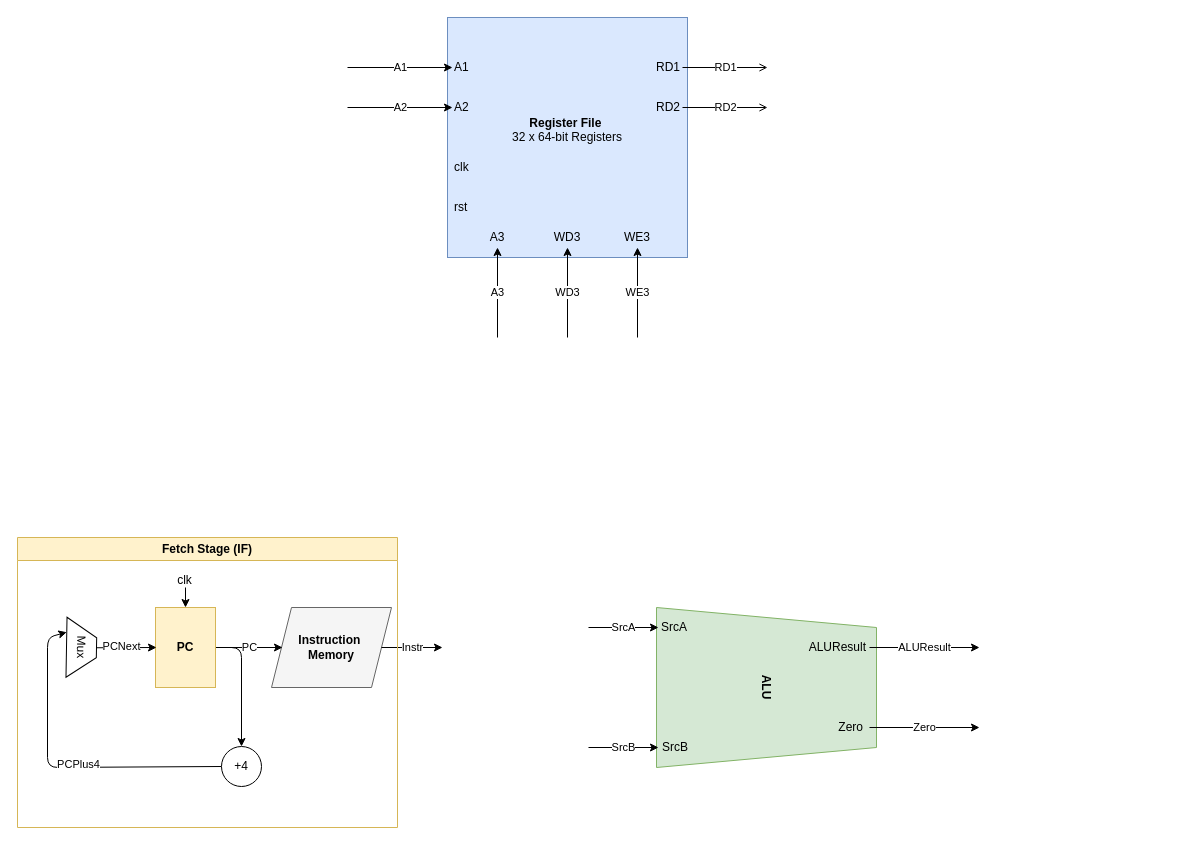
This is docs/architechture.drawio from abdullah123ch/RV64I-Zba-Pipelined-RISC-V-Processor, a draw.io file, before an edit. Source tidied: cells renumbered, new cells numbered last; positions are measured from the earlier drawing's top-left corner, leaving out a move shared by most shapes. Both pictures are drawn from the tidied source at 100%, with x=0, y=0 at pixel (17, 17).
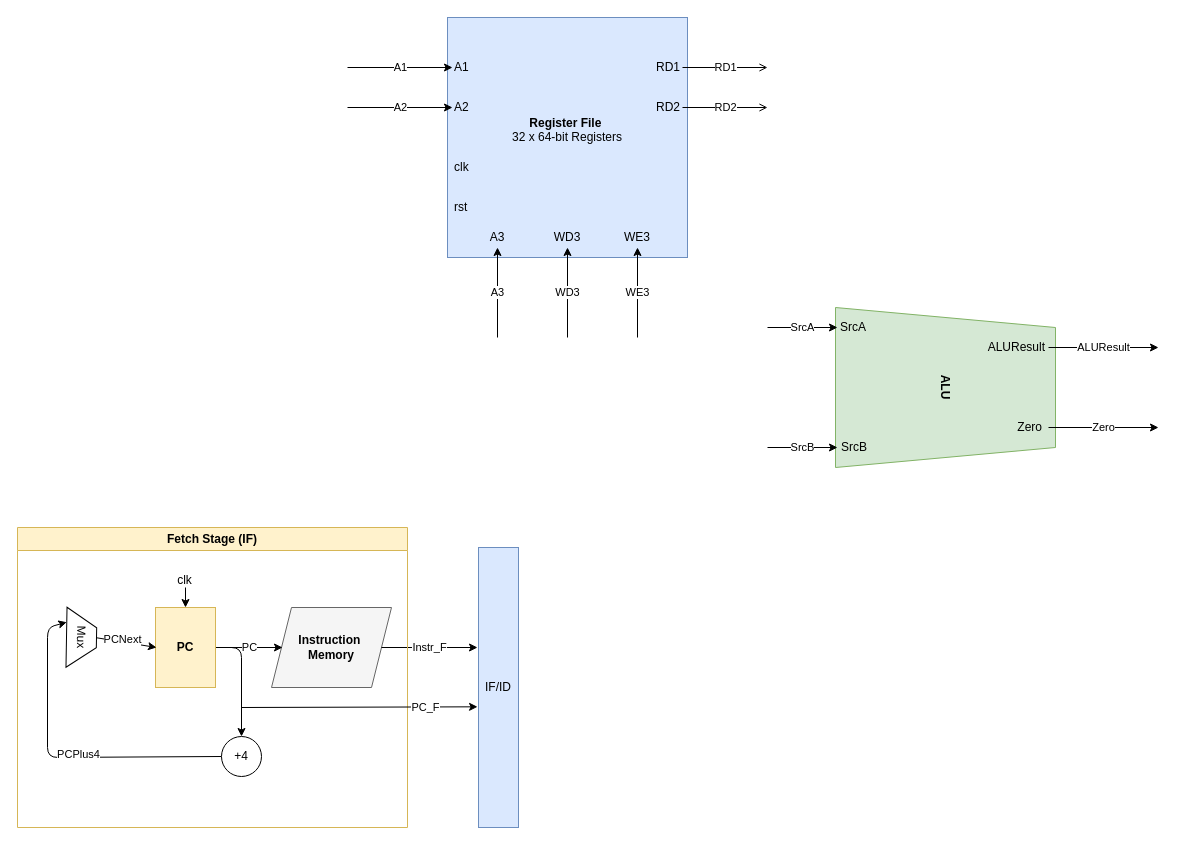
The same diagram, later.

The change refers to these unchanged cells:
```xml
<mxCell id="33" value="&lt;b&gt;Instruction&amp;nbsp;&lt;/b&gt;&lt;div&gt;&lt;b&gt;Memory&lt;/b&gt;&lt;br&gt;&lt;/div&gt;" style="shape=parallelogram;perimeter=parallelogramPerimeter;whiteSpace=wrap;html=1;fixedSize=1;fillColor=#f5f5f5;strokeColor=#666666;" parent="1" vertex="1">
  <mxGeometry x="254" y="590" width="120" height="80" as="geometry" />
</mxCell>
```

What changed in the source:
```diff
@@
     <mxCell id="2" style="group;" parent="1" vertex="1">
-      <mxGeometry x="571" y="590" width="391" height="160" as="geometry" />
+      <mxGeometry x="750" y="290" width="391" height="160" as="geometry" />
     </mxCell>
@@
-    <mxCell id="35" value="Instr" style="endArrow=classic;html=1;exitX=1;exitY=0.5;exitDx=0;exitDy=0;" parent="1" edge="1" source="33">
+    <mxCell id="35" value="Instr_F" style="endArrow=classic;html=1;exitX=1;exitY=0.5;exitDx=0;exitDy=0;" parent="1" edge="1" source="33">
       <mxGeometry relative="1" as="geometry">
-        <mxPoint x="425" y="630" as="targetPoint" />
+        <mxPoint x="460" y="630" as="targetPoint" />
       </mxGeometry>
     </mxCell>
     <mxCell id="36" value="&lt;b&gt;Fetch Stage (IF)&lt;/b&gt;" style="swimlane;whiteSpace=wrap;html=1;fillColor=#fff2cc;strokeColor=#d6b656;" parent="1" vertex="1">
-      <mxGeometry y="520" width="380" height="290" as="geometry" />
+      <mxGeometry y="510" width="390" height="300" as="geometry" />
     </mxCell>
@@
+    <mxCell id="44" style="edgeStyle=none;html=1;exitX=0;exitY=0.5;exitDx=0;exitDy=0;entryX=-0.024;entryY=0.569;entryDx=0;entryDy=0;entryPerimeter=0;" parent="1" edge="1" target="46">
+      <mxGeometry relative="1" as="geometry">
+        <mxPoint x="224" y="690" as="sourcePoint" />
+      </mxGeometry>
+    </mxCell>
+    <mxCell id="45" value="PC_F" style="edgeLabel;html=1;align=center;verticalAlign=middle;" parent="44" vertex="1">
+      <mxGeometry x="0.56" relative="1" as="geometry" />
+    </mxCell>
+    <mxCell id="46" value="IF/ID" style="rounded=0;whiteSpace=wrap;html=1;fillColor=#dae8fe;strokeColor=#6c8ebf;" parent="1" vertex="1">
+      <mxGeometry x="461" y="530" width="40" height="280" as="geometry" />
+    </mxCell>
```
